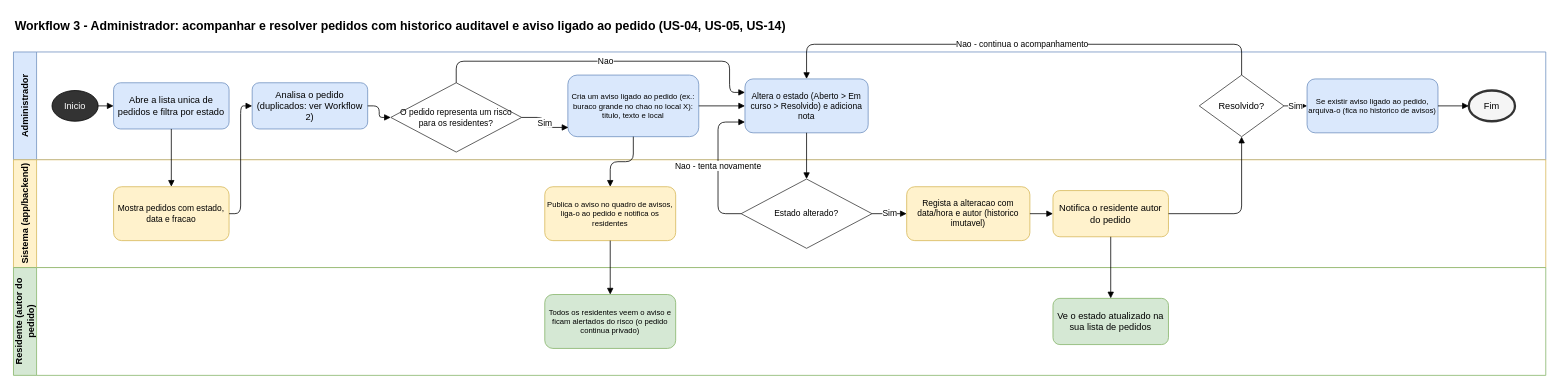
Before: page "3. Acompanhar e resolucao (admin)" (3 of 6) of docs/sprintA/workflows.drawio in LMNSdev/LABDSOF_DOMUSCAST, a draw.io diagram. Source tidied: cells renumbered, new cells numbered last; positions are measured from the earlier drawing's top-left corner, leaving out a move shared by most shapes. Both pictures are drawn from the tidied source at 77%, with x=0, y=0 at pixel (13, 13).
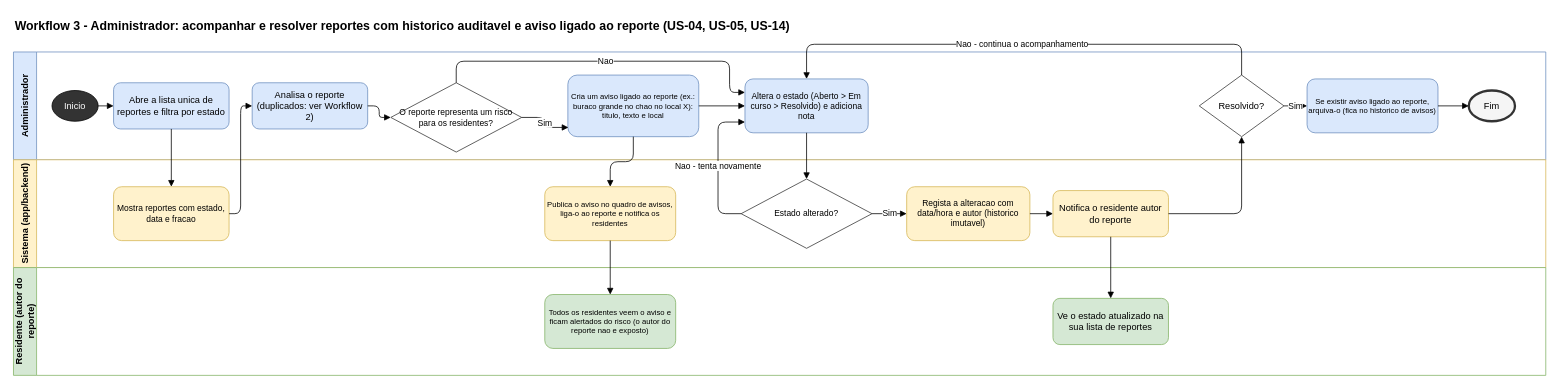
The same page after the edit.

Unchanged cells that the change refers to:
```xml
<mxCell id="3" value="Administrador" style="swimlane;horizontal=0;whiteSpace=wrap;html=1;startSize=30;fillColor=#dae8fc;strokeColor=#6c8ebf;fontStyle=1;swimlaneFillColor=#ffffff;" parent="1" vertex="1">
  <mxGeometry y="50" width="1990" height="140" as="geometry" />
</mxCell>
```

What changed in the source:
```diff
@@
-    <mxCell id="2" value="Workflow 3 - Administrador: acompanhar e resolver pedidos com historico auditavel e aviso ligado ao pedido (US-04, US-05, US-14)" style="text;html=1;fontSize=16;fontStyle=1;align=left;" parent="1" vertex="1">
+    <mxCell id="2" value="Workflow 3 - Administrador: acompanhar e resolver reportes com historico auditavel e aviso ligado ao reporte (US-04, US-05, US-14)" style="text;html=1;fontSize=16;fontStyle=1;align=left;" parent="1" vertex="1">
       <mxGeometry width="1100" height="30" as="geometry" />
     </mxCell>
@@
-    <mxCell id="4" value="O pedido representa um risco para os residentes?" style="rhombus;whiteSpace=wrap;html=1;fillColor=#ffffff;strokeColor=#333333;fontSize=11;" parent="3" vertex="1">
+    <mxCell id="4" value="O reporte representa um risco para os residentes?" style="rhombus;whiteSpace=wrap;html=1;fillColor=#ffffff;strokeColor=#333333;fontSize=11;" parent="3" vertex="1">
       <mxGeometry x="490" y="40" width="170" height="90" as="geometry" />
     </mxCell>
@@
-    <mxCell id="7" value="Cria um aviso ligado ao pedido (ex.: buraco grande no chao no local X): titulo, texto e local" style="rounded=1;whiteSpace=wrap;html=1;fillColor=#dae8fc;strokeColor=#6c8ebf;fontSize=10;" parent="3" vertex="1">
+    <mxCell id="7" value="Cria um aviso ligado ao reporte (ex.: buraco grande no chao no local X): titulo, texto e local" style="rounded=1;whiteSpace=wrap;html=1;fillColor=#dae8fc;strokeColor=#6c8ebf;fontSize=10;" parent="3" vertex="1">
       <mxGeometry x="720" y="30" width="170" height="80" as="geometry" />
     </mxCell>
@@
-    <mxCell id="11" value="Residente (autor do pedido)" style="swimlane;horizontal=0;whiteSpace=wrap;html=1;startSize=30;fillColor=#d5e8d4;strokeColor=#82b366;fontStyle=1;swimlaneFillColor=#ffffff;" parent="1" vertex="1">
+    <mxCell id="11" value="Residente (autor do reporte)" style="swimlane;horizontal=0;whiteSpace=wrap;html=1;startSize=30;fillColor=#d5e8d4;strokeColor=#82b366;fontStyle=1;swimlaneFillColor=#ffffff;" parent="1" vertex="1">
       <mxGeometry y="330" width="1990" height="140" as="geometry" />
     </mxCell>
@@
-    <mxCell id="13" value="Abre a lista unica de pedidos e filtra por estado" style="rounded=1;whiteSpace=wrap;html=1;fillColor=#dae8fc;strokeColor=#6c8ebf;" parent="1" vertex="1">
+    <mxCell id="13" value="Abre a lista unica de reportes e filtra por estado" style="rounded=1;whiteSpace=wrap;html=1;fillColor=#dae8fc;strokeColor=#6c8ebf;" parent="1" vertex="1">
       <mxGeometry x="130" y="90" width="150" height="60" as="geometry" />
     </mxCell>
-    <mxCell id="14" value="Mostra pedidos com estado, data e fracao" style="rounded=1;whiteSpace=wrap;html=1;fillColor=#fff2cc;strokeColor=#d6b656;fontSize=11;" parent="1" vertex="1">
+    <mxCell id="14" value="Mostra reportes com estado, data e fracao" style="rounded=1;whiteSpace=wrap;html=1;fillColor=#fff2cc;strokeColor=#d6b656;fontSize=11;" parent="1" vertex="1">
       <mxGeometry x="130" y="225" width="150" height="70" as="geometry" />
     </mxCell>
-    <mxCell id="15" value="Analisa o pedido (duplicados: ver Workflow 2)" style="rounded=1;whiteSpace=wrap;html=1;fillColor=#dae8fc;strokeColor=#6c8ebf;" parent="1" vertex="1">
+    <mxCell id="15" value="Analisa o reporte (duplicados: ver Workflow 2)" style="rounded=1;whiteSpace=wrap;html=1;fillColor=#dae8fc;strokeColor=#6c8ebf;" parent="1" vertex="1">
       <mxGeometry x="310" y="90" width="150" height="60" as="geometry" />
     </mxCell>
@@
-    <mxCell id="17" value="Notifica o residente autor do pedido" style="rounded=1;whiteSpace=wrap;html=1;fillColor=#fff2cc;strokeColor=#d6b656;" parent="1" vertex="1">
+    <mxCell id="17" value="Notifica o residente autor do reporte" style="rounded=1;whiteSpace=wrap;html=1;fillColor=#fff2cc;strokeColor=#d6b656;" parent="1" vertex="1">
       <mxGeometry x="1350" y="230" width="150" height="60" as="geometry" />
     </mxCell>
-    <mxCell id="18" value="Ve o estado atualizado na sua lista de pedidos" style="rounded=1;whiteSpace=wrap;html=1;fillColor=#d5e8d4;strokeColor=#82b366;" parent="1" vertex="1">
+    <mxCell id="18" value="Ve o estado atualizado na sua lista de reportes" style="rounded=1;whiteSpace=wrap;html=1;fillColor=#d5e8d4;strokeColor=#82b366;" parent="1" vertex="1">
       <mxGeometry x="1350" y="370" width="150" height="60" as="geometry" />
     </mxCell>
@@
-    <mxCell id="22" value="Publica o aviso no quadro de avisos, liga-o ao pedido e notifica os residentes" style="rounded=1;whiteSpace=wrap;html=1;fillColor=#fff2cc;strokeColor=#d6b656;fontSize=10;" parent="1" vertex="1">
+    <mxCell id="22" value="Publica o aviso no quadro de avisos, liga-o ao reporte e notifica os residentes" style="rounded=1;whiteSpace=wrap;html=1;fillColor=#fff2cc;strokeColor=#d6b656;fontSize=10;" parent="1" vertex="1">
       <mxGeometry x="690" y="225" width="170" height="70" as="geometry" />
     </mxCell>
-    <mxCell id="23" value="Todos os residentes veem o aviso e ficam alertados do risco (o pedido continua privado)" style="rounded=1;whiteSpace=wrap;html=1;fillColor=#d5e8d4;strokeColor=#82b366;fontSize=10;" parent="1" vertex="1">
+    <mxCell id="23" value="Todos os residentes veem o aviso e ficam alertados do risco (o autor do reporte nao e exposto)" style="rounded=1;whiteSpace=wrap;html=1;fillColor=#d5e8d4;strokeColor=#82b366;fontSize=10;" parent="1" vertex="1">
       <mxGeometry x="690" y="365" width="170" height="70" as="geometry" />
     </mxCell>
-    <mxCell id="24" value="Se existir aviso ligado ao pedido, arquiva-o (fica no historico de avisos)" style="rounded=1;whiteSpace=wrap;html=1;fillColor=#dae8fc;strokeColor=#6c8ebf;fontSize=10;" parent="1" vertex="1">
+    <mxCell id="24" value="Se existir aviso ligado ao reporte, arquiva-o (fica no historico de avisos)" style="rounded=1;whiteSpace=wrap;html=1;fillColor=#dae8fc;strokeColor=#6c8ebf;fontSize=10;" parent="1" vertex="1">
       <mxGeometry x="1680" y="85" width="170" height="70" as="geometry" />
     </mxCell>
```
